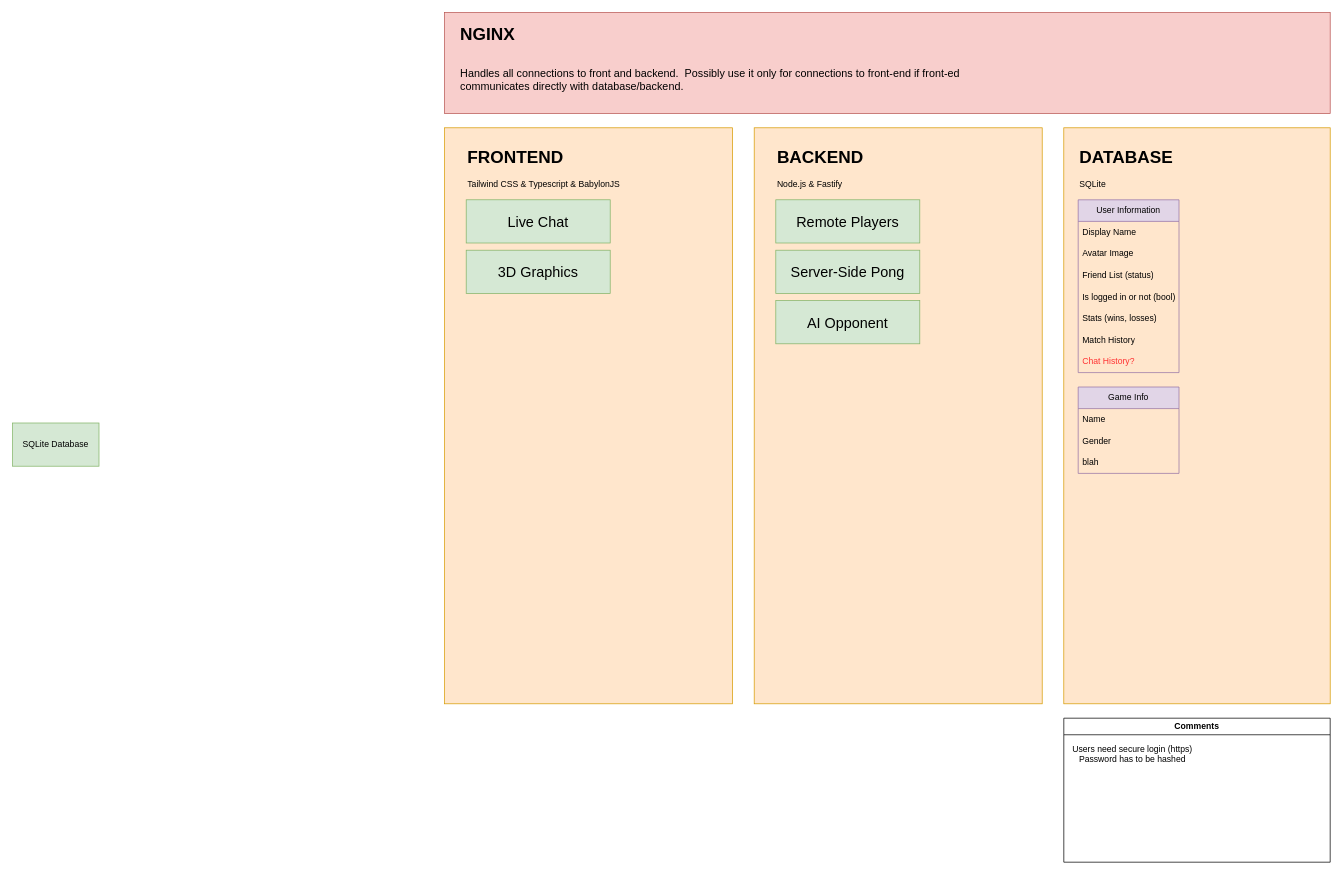
Earlier version of the draw.io diagram transcendence.drawio (Jarnomer/transcendence). Source tidied: cells renumbered, new cells numbered last; positions are measured from the earlier drawing's top-left corner, leaving out a move shared by most shapes. Both pictures are drawn from the tidied source at 72%, with x=0, y=0 at pixel (12, 12).
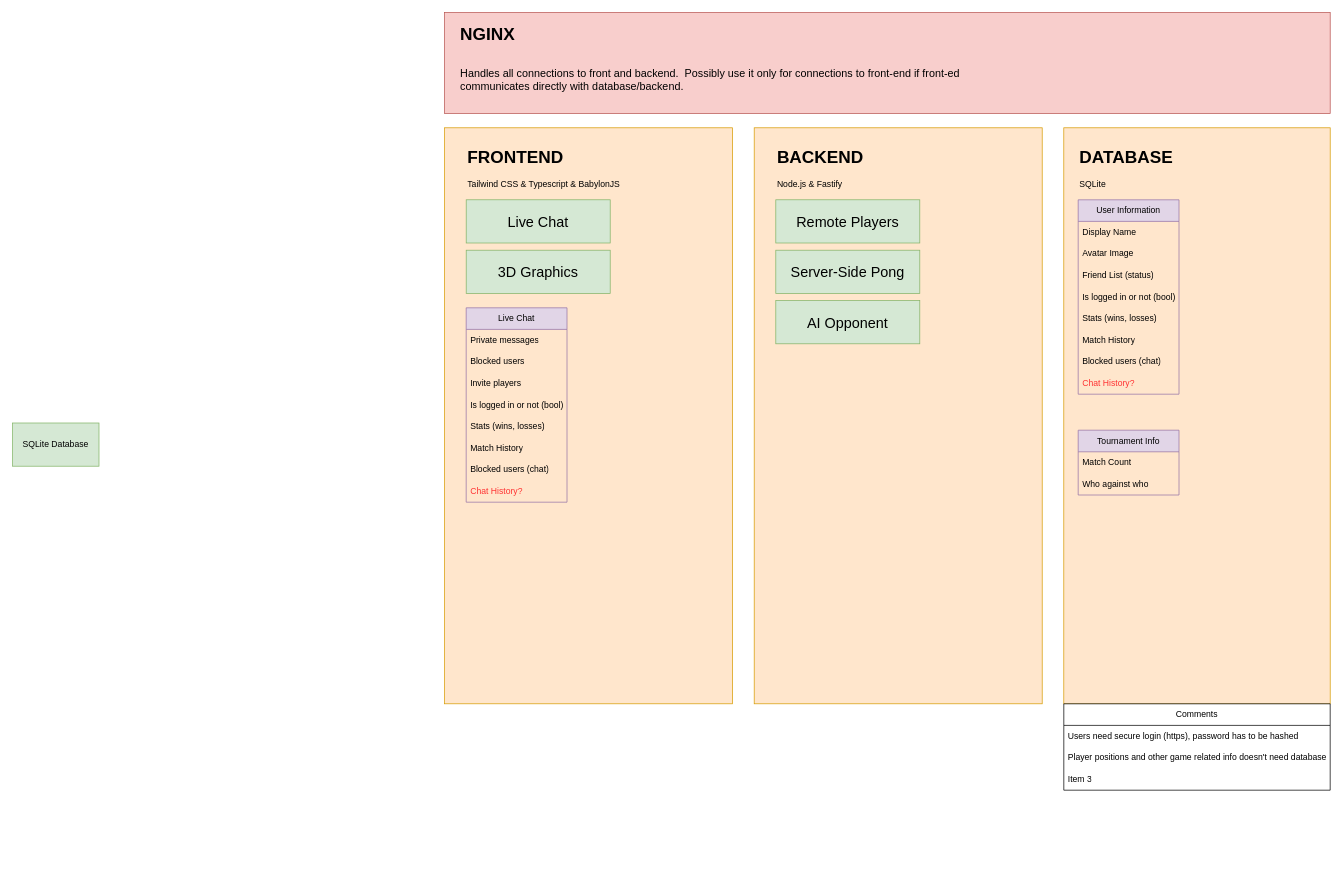
After the change.

What changed in the source:
```diff
@@
     <mxCell id="13" value="User Information" style="swimlane;fontStyle=0;horizontal=1;startSize=30;whiteSpace=wrap;html=1;fillColor=#e1d5e7;strokeColor=#9673a6;" parent="1" vertex="1">
-      <mxGeometry x="1480" y="260" width="140" height="240" as="geometry" />
+      <mxGeometry x="1480" y="260" width="140" height="270" as="geometry" />
     </mxCell>
@@
+    <mxCell id="30" value="Blocked users (chat)" style="text;strokeColor=none;fillColor=none;align=left;verticalAlign=middle;spacingLeft=4;spacingRight=4;overflow=hidden;whiteSpace=wrap;html=1;" parent="13" vertex="1">
+      <mxGeometry y="210" width="140" height="30" as="geometry" />
+    </mxCell>
     <mxCell id="20" value="&lt;div&gt;&lt;font style=&quot;color: rgb(255, 51, 51);&quot;&gt;Chat History?&lt;/font&gt;&lt;/div&gt;" style="text;strokeColor=none;fillColor=none;align=left;verticalAlign=middle;spacingLeft=4;spacingRight=4;overflow=hidden;whiteSpace=wrap;html=1;" parent="13" vertex="1">
-      <mxGeometry y="210" width="140" height="30" as="geometry" />
+      <mxGeometry y="240" width="140" height="30" as="geometry" />
     </mxCell>
@@
-    <mxCell id="22" value="Game Info" style="swimlane;fontStyle=0;horizontal=1;startSize=30;whiteSpace=wrap;html=1;fillColor=#e1d5e7;strokeColor=#9673a6;" parent="1" vertex="1">
-      <mxGeometry x="1480" y="520" width="140" height="120" as="geometry" />
+    <mxCell id="22" value="Tournament Info" style="swimlane;fontStyle=0;horizontal=1;startSize=30;whiteSpace=wrap;html=1;fillColor=#e1d5e7;strokeColor=#9673a6;" parent="1" vertex="1">
+      <mxGeometry x="1480" y="580" width="140" height="90" as="geometry" />
     </mxCell>
-    <mxCell id="23" value="Name" style="text;strokeColor=none;fillColor=none;align=left;verticalAlign=middle;spacingLeft=4;spacingRight=4;overflow=hidden;whiteSpace=wrap;html=1;" parent="22" vertex="1">
+    <mxCell id="23" value="Match Count" style="text;strokeColor=none;fillColor=none;align=left;verticalAlign=middle;spacingLeft=4;spacingRight=4;overflow=hidden;whiteSpace=wrap;html=1;" parent="22" vertex="1">
       <mxGeometry y="30" width="140" height="30" as="geometry" />
     </mxCell>
-    <mxCell id="24" value="Gender" style="text;strokeColor=none;fillColor=none;align=left;verticalAlign=middle;spacingLeft=4;spacingRight=4;overflow=hidden;whiteSpace=wrap;html=1;" parent="22" vertex="1">
+    <mxCell id="24" value="Who against who" style="text;strokeColor=none;fillColor=none;align=left;verticalAlign=middle;spacingLeft=4;spacingRight=4;overflow=hidden;whiteSpace=wrap;html=1;" parent="22" vertex="1">
       <mxGeometry y="60" width="140" height="30" as="geometry" />
     </mxCell>
-    <mxCell id="25" value="blah" style="text;strokeColor=none;fillColor=none;align=left;verticalAlign=middle;spacingLeft=4;spacingRight=4;overflow=hidden;whiteSpace=wrap;html=1;" parent="22" vertex="1">
-      <mxGeometry y="90" width="140" height="30" as="geometry" />
-    </mxCell>
@@
+    <mxCell id="29" value="&lt;font style=&quot;font-size: 20px;&quot;&gt;3D Graphics&lt;/font&gt;" style="rounded=0;whiteSpace=wrap;html=1;fillColor=#d5e8d4;strokeColor=#82b366;" parent="1" vertex="1">
+      <mxGeometry x="630" y="330" width="200" height="60" as="geometry" />
+    </mxCell>
-    <mxCell id="27" value="Comments" style="swimlane;whiteSpace=wrap;html=1;" parent="1" vertex="1">
-      <mxGeometry x="1460" y="980" width="370" height="200" as="geometry" />
+    <mxCell id="27" value="Comments" style="swimlane;fontStyle=0;horizontal=1;startSize=30;whiteSpace=wrap;html=1;" parent="1" vertex="1">
+      <mxGeometry x="1460" y="960" width="370" height="120" as="geometry" />
     </mxCell>
-    <mxCell id="28" value="Users need secure login (https)&lt;div&gt;Password has to be hashed&lt;/div&gt;" style="text;html=1;align=center;verticalAlign=middle;strokeColor=none;fillColor=none;" parent="27" vertex="1">
-      <mxGeometry y="30" width="190" height="40" as="geometry" />
-    </mxCell>
-    <mxCell id="29" value="&lt;font style=&quot;font-size: 20px;&quot;&gt;3D Graphics&lt;/font&gt;" style="rounded=0;whiteSpace=wrap;html=1;fillColor=#d5e8d4;strokeColor=#82b366;" parent="1" vertex="1">
-      <mxGeometry x="630" y="330" width="200" height="60" as="geometry" />
-    </mxCell>
+    <mxCell id="31" value="&lt;span style=&quot;text-align: center; text-wrap: nowrap;&quot;&gt;Users need secure login (https), p&lt;/span&gt;&lt;span style=&quot;text-align: center; text-wrap: nowrap; background-color: transparent; color: light-dark(rgb(0, 0, 0), rgb(255, 255, 255));&quot;&gt;assword has to be hashed&lt;/span&gt;" style="text;strokeColor=none;fillColor=none;align=left;verticalAlign=middle;spacingLeft=4;spacingRight=4;overflow=hidden;whiteSpace=wrap;html=1;" parent="27" vertex="1">
+      <mxGeometry y="30" width="370" height="30" as="geometry" />
+    </mxCell>
+    <mxCell id="32" value="Player positions and other game related info doesn't need database" style="text;strokeColor=none;fillColor=none;align=left;verticalAlign=middle;spacingLeft=4;spacingRight=4;overflow=hidden;whiteSpace=wrap;html=1;" parent="27" vertex="1">
+      <mxGeometry y="60" width="370" height="30" as="geometry" />
+    </mxCell>
+    <mxCell id="33" value="Item 3" style="text;strokeColor=none;fillColor=none;align=left;verticalAlign=middle;spacingLeft=4;spacingRight=4;overflow=hidden;whiteSpace=wrap;html=1;" parent="27" vertex="1">
+      <mxGeometry y="90" width="370" height="30" as="geometry" />
+    </mxCell>
+    <mxCell id="34" value="Live Chat" style="swimlane;fontStyle=0;horizontal=1;startSize=30;whiteSpace=wrap;html=1;fillColor=#e1d5e7;strokeColor=#9673a6;" parent="1" vertex="1">
+      <mxGeometry x="630" y="410" width="140" height="270" as="geometry" />
+    </mxCell>
+    <mxCell id="35" value="Private messages" style="text;strokeColor=none;fillColor=none;align=left;verticalAlign=middle;spacingLeft=4;spacingRight=4;overflow=hidden;whiteSpace=wrap;html=1;" parent="34" vertex="1">
+      <mxGeometry y="30" width="140" height="30" as="geometry" />
+    </mxCell>
+    <mxCell id="36" value="Blocked users" style="text;strokeColor=none;fillColor=none;align=left;verticalAlign=middle;spacingLeft=4;spacingRight=4;overflow=hidden;whiteSpace=wrap;html=1;" parent="34" vertex="1">
+      <mxGeometry y="60" width="140" height="30" as="geometry" />
+    </mxCell>
+    <mxCell id="37" value="&lt;div&gt;Invite players&lt;/div&gt;" style="text;strokeColor=none;fillColor=none;align=left;verticalAlign=middle;spacingLeft=4;spacingRight=4;overflow=hidden;whiteSpace=wrap;html=1;" parent="34" vertex="1">
+      <mxGeometry y="90" width="140" height="30" as="geometry" />
+    </mxCell>
+    <mxCell id="38" value="&lt;div&gt;Is logged in or not (bool)&lt;/div&gt;" style="text;strokeColor=none;fillColor=none;align=left;verticalAlign=middle;spacingLeft=4;spacingRight=4;overflow=hidden;whiteSpace=wrap;html=1;" parent="34" vertex="1">
+      <mxGeometry y="120" width="140" height="30" as="geometry" />
+    </mxCell>
+    <mxCell id="39" value="&lt;div&gt;Stats (wins, losses)&lt;/div&gt;" style="text;strokeColor=none;fillColor=none;align=left;verticalAlign=middle;spacingLeft=4;spacingRight=4;overflow=hidden;whiteSpace=wrap;html=1;" parent="34" vertex="1">
+      <mxGeometry y="150" width="140" height="30" as="geometry" />
+    </mxCell>
+    <mxCell id="40" value="&lt;div&gt;Match History&lt;/div&gt;" style="text;strokeColor=none;fillColor=none;align=left;verticalAlign=middle;spacingLeft=4;spacingRight=4;overflow=hidden;whiteSpace=wrap;html=1;" parent="34" vertex="1">
+      <mxGeometry y="180" width="140" height="30" as="geometry" />
+    </mxCell>
+    <mxCell id="41" value="Blocked users (chat)" style="text;strokeColor=none;fillColor=none;align=left;verticalAlign=middle;spacingLeft=4;spacingRight=4;overflow=hidden;whiteSpace=wrap;html=1;" parent="34" vertex="1">
+      <mxGeometry y="210" width="140" height="30" as="geometry" />
+    </mxCell>
+    <mxCell id="42" value="&lt;div&gt;&lt;font style=&quot;color: rgb(255, 51, 51);&quot;&gt;Chat History?&lt;/font&gt;&lt;/div&gt;" style="text;strokeColor=none;fillColor=none;align=left;verticalAlign=middle;spacingLeft=4;spacingRight=4;overflow=hidden;whiteSpace=wrap;html=1;" parent="34" vertex="1">
+      <mxGeometry y="240" width="140" height="30" as="geometry" />
+    </mxCell>
```
